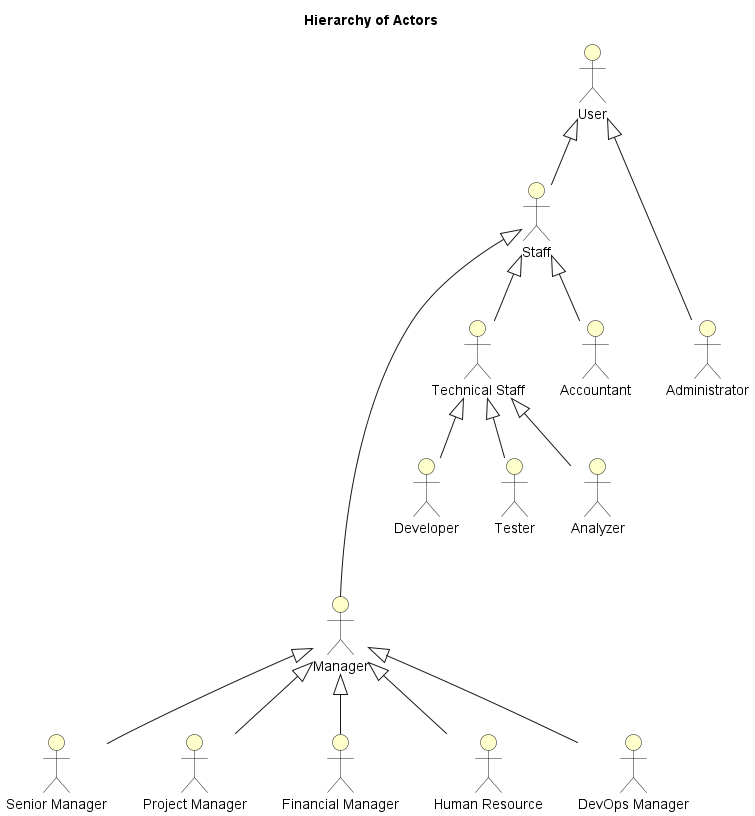
Before: HorizonUml/out/UseCase/Actor/ActorDiagram.png, a diagram exported from PlantUML (mahyaresteki/Horizon).
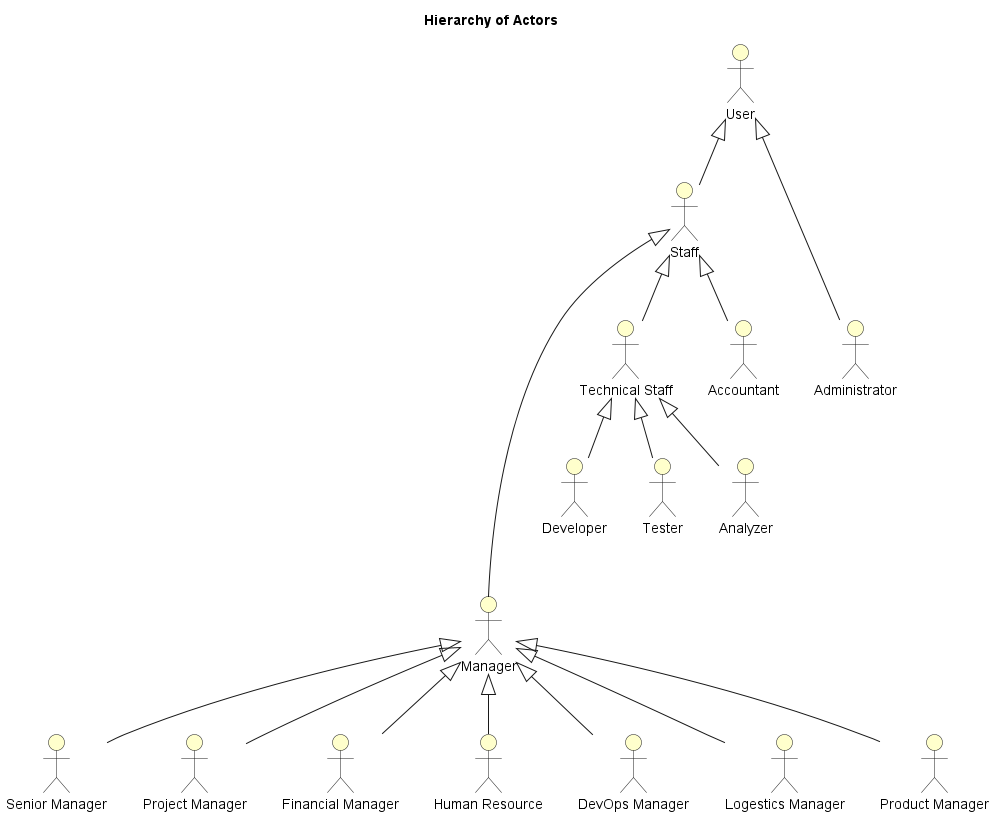
After the change.

Diff of the diagram source:
```diff
@@ -19,6 +19,8 @@
 :Developer: as Developer
 :Tester: as Tester
 :Analyzer: as Analyzer
+:Logestics Manager: as LogesticsManager
+:Product Manager: as ProductManager
 
 User <|--- Admin
 User <|-- Staff
@@ -36,5 +38,7 @@
 Manager <|-- Fmanager
 Manager <|-- DevOpsManager
 Manager <|-- HR
+Manager <|-- LogesticsManager
+Manager <|-- ProductManager
 
 @enduml
```
